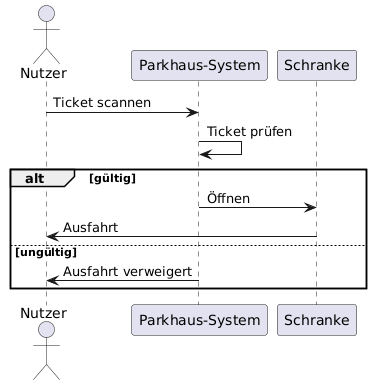
The PlantUML diagram documentation/diagrams/Ausfahrt.png in Adyrem/parking, before a commit. Source of this version:
```plantuml
@startuml
actor Nutzer
participant "Parkhaus-System" as System
participant "Schranke" as Gate

Nutzer -> System : Ticket scannen
System -> System : Ticket prüfen

alt gültig
  System -> Gate : Öffnen
  Gate -> Nutzer : Ausfahrt
else ungültig
  System -> Nutzer : Ausfahrt verweigert
end
@enduml
```
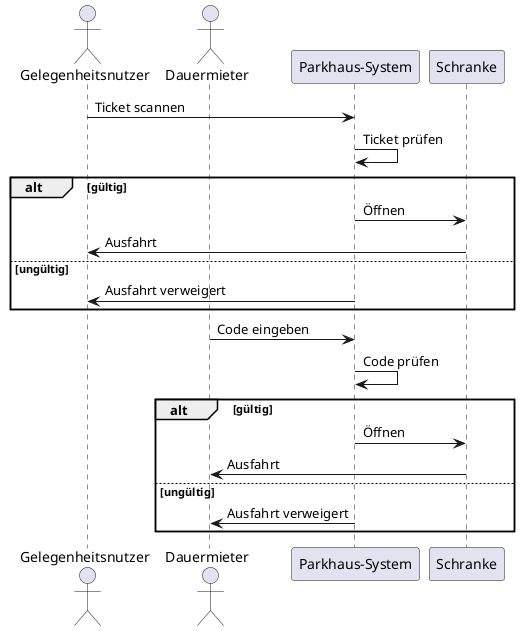
The same file after the commit.

Diff of the diagram source:
```diff
@@ -1,15 +1,27 @@
 @startuml
-actor Nutzer
+actor Gelegenheitsnutzer
+actor Dauermieter
 participant "Parkhaus-System" as System
 participant "Schranke" as Gate
 
-Nutzer -> System : Ticket scannen
+Gelegenheitsnutzer -> System : Ticket scannen
 System -> System : Ticket prüfen
 
 alt gültig
   System -> Gate : Öffnen
-  Gate -> Nutzer : Ausfahrt
+  Gate -> Gelegenheitsnutzer : Ausfahrt
 else ungültig
-  System -> Nutzer : Ausfahrt verweigert
+  System -> Gelegenheitsnutzer : Ausfahrt verweigert
 end
+
+Dauermieter -> System : Code eingeben
+System -> System : Code prüfen
+
+alt gültig
+  System -> Gate : Öffnen
+  Gate -> Dauermieter : Ausfahrt
+else ungültig
+  System -> Dauermieter : Ausfahrt verweigert
+end
+
 @enduml
```
